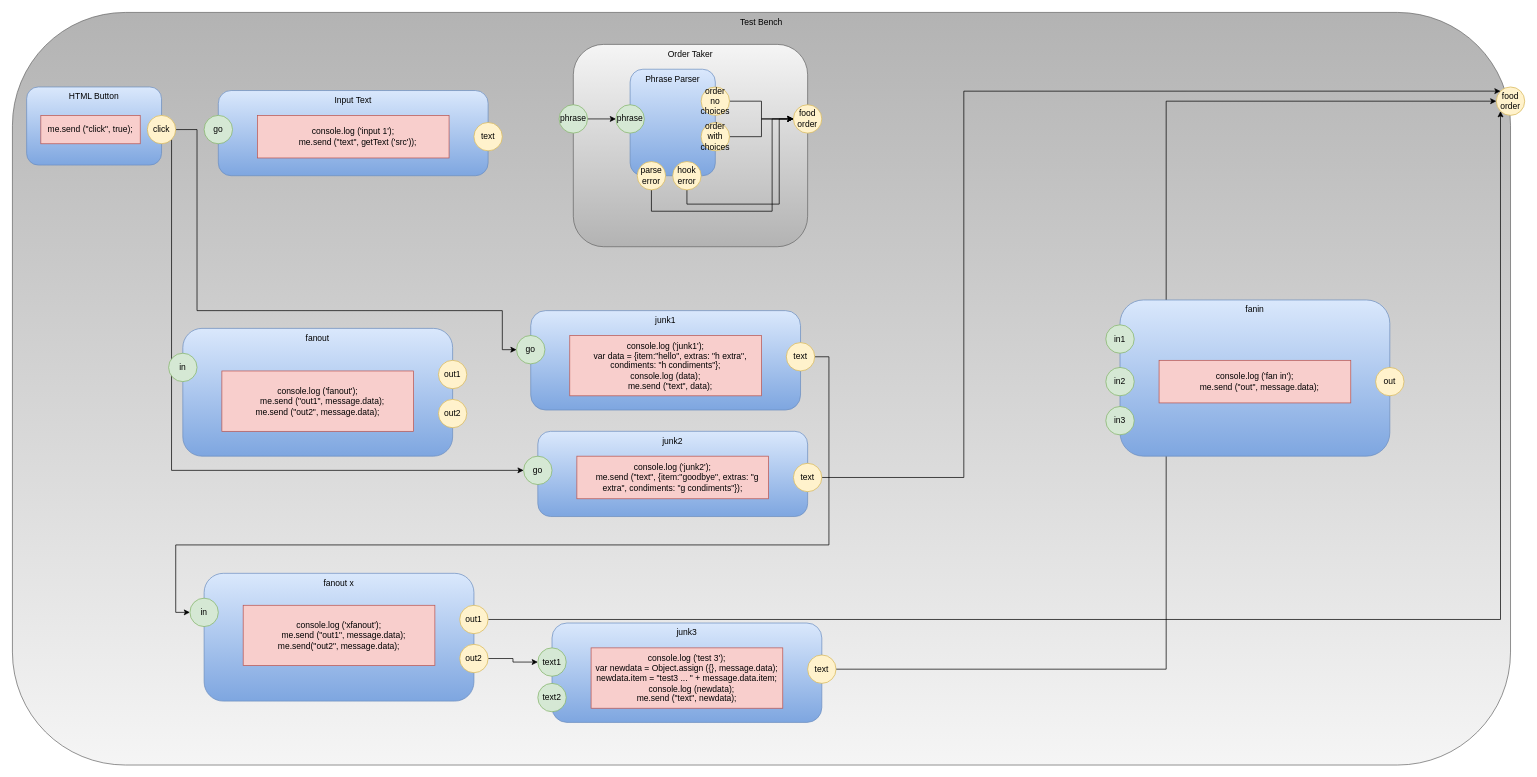
Above: testbench.drawio in guitarvydas/hamburgerworkbenchD0D (draw.io), before the change. Source tidied: cells renumbered, new cells numbered last; positions are measured from the earlier drawing's top-left corner, leaving out a move shared by most shapes. Both pictures are drawn from the tidied source at 71%, with x=0, y=0 at pixel (12, 12).
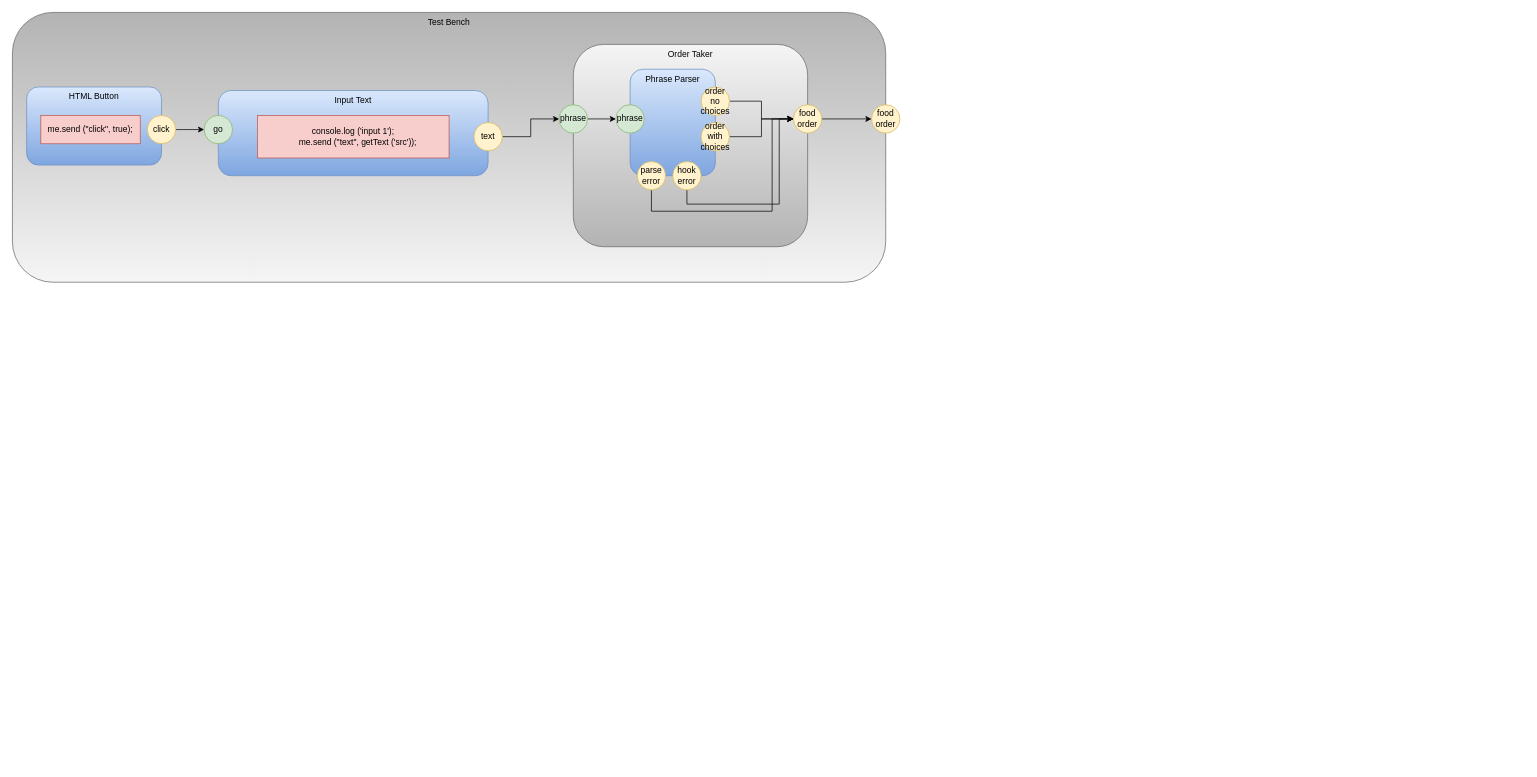
After the change.

The change refers to these unchanged cells:
```xml
<mxCell id="4" value="food order" style="ellipse;whiteSpace=wrap;html=1;fillColor=#fff2cc;strokeColor=#d6b656;" parent="1" vertex="1">
  <mxGeometry x="1100" y="130" width="40" height="40" as="geometry" />
</mxCell>
<mxCell id="6" value="phrase" style="ellipse;whiteSpace=wrap;html=1;fillColor=#d5e8d4;strokeColor=#82b366;" parent="1" vertex="1">
  <mxGeometry x="770" y="130" width="40" height="40" as="geometry" />
</mxCell>
<mxCell id="10" value="click" style="ellipse;whiteSpace=wrap;html=1;fillColor=#fff2cc;strokeColor=#d6b656;" parent="1" vertex="1">
  <mxGeometry x="190" y="145" width="40" height="40" as="geometry" />
</mxCell>
<mxCell id="12" value="text" style="ellipse;whiteSpace=wrap;html=1;fillColor=#fff2cc;strokeColor=#d6b656;" parent="1" vertex="1">
  <mxGeometry x="650" y="155" width="40" height="40" as="geometry" />
</mxCell>
<mxCell id="13" value="go" style="ellipse;whiteSpace=wrap;html=1;fillColor=#d5e8d4;strokeColor=#82b366;" parent="1" vertex="1">
  <mxGeometry x="270" y="145" width="40" height="40" as="geometry" />
</mxCell>
```

Diff of the diagram source:
```diff
@@
     <mxCell id="2" value="Test Bench" style="rounded=1;whiteSpace=wrap;html=1;horizontal=1;verticalAlign=top;gradientColor=#b3b3b3;fillColor=#f5f5f5;strokeColor=#666666;gradientDirection=north;" parent="1" vertex="1">
-      <mxGeometry width="2110" height="1060" as="geometry" />
+      <mxGeometry width="1230" height="380" as="geometry" />
     </mxCell>
@@
+    <mxCell id="61" style="edgeStyle=orthogonalEdgeStyle;rounded=0;jettySize=auto;html=1;exitX=1;exitY=0.5;exitDx=0;exitDy=0;entryX=0;entryY=0.5;entryDx=0;entryDy=0;" parent="1" edge="1" source="4" target="14">
+      <mxGeometry relative="1" as="geometry" />
+    </mxCell>
@@
-    <mxCell id="8" style="edgeStyle=orthogonalEdgeStyle;rounded=0;jettySize=auto;html=1;exitX=1;exitY=0.5;exitDx=0;exitDy=0;entryX=0;entryY=0.5;entryDx=0;entryDy=0;" parent="1" edge="1" source="10" target="30">
-      <mxGeometry relative="1" as="geometry">
-        <Array as="points">
-          <mxPoint x="260" y="165" />
-          <mxPoint x="260" y="420" />
-          <mxPoint x="690" y="420" />
-          <mxPoint x="690" y="475" />
-        </Array>
-      </mxGeometry>
-    </mxCell>
-    <mxCell id="9" style="edgeStyle=orthogonalEdgeStyle;rounded=0;jettySize=auto;html=1;exitX=1;exitY=1;exitDx=0;exitDy=0;entryX=0;entryY=0.5;entryDx=0;entryDy=0;" parent="1" edge="1" source="10" target="35">
-      <mxGeometry relative="1" as="geometry">
-        <Array as="points">
-          <mxPoint x="224" y="645" />
-        </Array>
-      </mxGeometry>
-    </mxCell>
+    <mxCell id="62" style="edgeStyle=orthogonalEdgeStyle;rounded=0;jettySize=auto;html=1;exitX=1;exitY=0.5;exitDx=0;exitDy=0;entryX=0;entryY=0.5;entryDx=0;entryDy=0;" parent="1" edge="1" source="10" target="13">
+      <mxGeometry relative="1" as="geometry" />
+    </mxCell>
@@
+    <mxCell id="63" style="edgeStyle=orthogonalEdgeStyle;rounded=0;jettySize=auto;html=1;exitX=1;exitY=0.5;exitDx=0;exitDy=0;entryX=0;entryY=0.5;entryDx=0;entryDy=0;" parent="1" edge="1" source="12" target="6">
+      <mxGeometry relative="1" as="geometry" />
+    </mxCell>
@@
     <mxCell id="14" value="food order" style="ellipse;whiteSpace=wrap;html=1;fillColor=#fff2cc;strokeColor=#d6b656;" parent="1" vertex="1">
-      <mxGeometry x="2090" y="105" width="40" height="40" as="geometry" />
+      <mxGeometry x="1210" y="130" width="40" height="40" as="geometry" />
     </mxCell>
@@
-    <mxCell id="27" value="junk1" style="rounded=1;whiteSpace=wrap;html=1;fillColor=#dae8fc;strokeColor=#6c8ebf;gradientColor=#7ea6e0;verticalAlign=top;" parent="1" vertex="1">
-      <mxGeometry x="730" y="420" width="380" height="140" as="geometry" />
-    </mxCell>
-    <mxCell id="28" style="edgeStyle=orthogonalEdgeStyle;rounded=0;jettySize=auto;html=1;exitX=1;exitY=0.5;exitDx=0;exitDy=0;entryX=0;entryY=0.5;entryDx=0;entryDy=0;" parent="1" edge="1" source="29" target="51">
-      <mxGeometry relative="1" as="geometry">
-        <Array as="points">
-          <mxPoint x="1150" y="485" />
-          <mxPoint x="1150" y="750" />
-          <mxPoint x="230" y="750" />
-          <mxPoint x="230" y="845" />
-        </Array>
-      </mxGeometry>
-    </mxCell>
-    <mxCell id="29" value="text" style="ellipse;whiteSpace=wrap;html=1;fillColor=#fff2cc;strokeColor=#d6b656;" parent="1" vertex="1">
-      <mxGeometry x="1090" y="465" width="40" height="40" as="geometry" />
-    </mxCell>
-    <mxCell id="30" value="go" style="ellipse;whiteSpace=wrap;html=1;fillColor=#d5e8d4;strokeColor=#82b366;" parent="1" vertex="1">
-      <mxGeometry x="710" y="455" width="40" height="40" as="geometry" />
-    </mxCell>
-    <mxCell id="31" value="&lt;div&gt;console.log ('junk1');&lt;/div&gt;&lt;div&gt;&amp;nbsp; &amp;nbsp; var data = {item:&quot;hello&quot;, extras: &quot;h extra&quot;, condiments: &quot;h condiments&quot;};&lt;br&gt;&lt;/div&gt;&lt;div&gt;console.log (data);&lt;/div&gt;&amp;nbsp; &amp;nbsp; me.send (&quot;text&quot;, data);" style="rounded=0;whiteSpace=wrap;html=1;fillColor=#f8cecc;strokeColor=#b85450;" parent="1" vertex="1">
-      <mxGeometry x="785" y="455" width="270" height="85" as="geometry" />
-    </mxCell>
-    <mxCell id="32" value="junk2" style="rounded=1;whiteSpace=wrap;html=1;fillColor=#dae8fc;strokeColor=#6c8ebf;gradientColor=#7ea6e0;verticalAlign=top;" parent="1" vertex="1">
-      <mxGeometry x="740" y="590" width="380" height="120" as="geometry" />
-    </mxCell>
-    <mxCell id="33" style="edgeStyle=orthogonalEdgeStyle;rounded=0;jettySize=auto;html=1;exitX=1;exitY=0.5;exitDx=0;exitDy=0;entryX=0;entryY=0;entryDx=0;entryDy=0;" parent="1" edge="1" source="34" target="14">
-      <mxGeometry relative="1" as="geometry">
-        <Array as="points">
-          <mxPoint x="1340" y="655" />
-          <mxPoint x="1340" y="111" />
-        </Array>
-      </mxGeometry>
-    </mxCell>
-    <mxCell id="34" value="text" style="ellipse;whiteSpace=wrap;html=1;fillColor=#fff2cc;strokeColor=#d6b656;" parent="1" vertex="1">
-      <mxGeometry x="1100" y="635" width="40" height="40" as="geometry" />
-    </mxCell>
-    <mxCell id="35" value="go" style="ellipse;whiteSpace=wrap;html=1;fillColor=#d5e8d4;strokeColor=#82b366;" parent="1" vertex="1">
-      <mxGeometry x="720" y="625" width="40" height="40" as="geometry" />
-    </mxCell>
-    <mxCell id="36" value="&lt;div&gt;console.log ('junk2');&lt;/div&gt;&lt;div&gt;&amp;nbsp; &amp;nbsp; me.send (&quot;text&quot;, {item:&quot;goodbye&quot;, extras: &quot;g extra&quot;, condiments: &quot;g condiments&quot;});&lt;/div&gt;" style="rounded=0;whiteSpace=wrap;html=1;fillColor=#f8cecc;strokeColor=#b85450;" parent="1" vertex="1">
-      <mxGeometry x="795" y="625" width="270" height="60" as="geometry" />
-    </mxCell>
-    <mxCell id="37" value="junk3" style="rounded=1;whiteSpace=wrap;html=1;fillColor=#dae8fc;strokeColor=#6c8ebf;gradientColor=#7ea6e0;verticalAlign=top;" parent="1" vertex="1">
-      <mxGeometry x="760" y="860" width="380" height="140" as="geometry" />
-    </mxCell>
-    <mxCell id="38" style="edgeStyle=orthogonalEdgeStyle;rounded=0;jettySize=auto;html=1;exitX=1;exitY=0.5;exitDx=0;exitDy=0;entryX=0;entryY=0.5;entryDx=0;entryDy=0;" parent="1" edge="1" source="39" target="14">
-      <mxGeometry relative="1" as="geometry" />
-    </mxCell>
-    <mxCell id="39" value="text" style="ellipse;whiteSpace=wrap;html=1;fillColor=#fff2cc;strokeColor=#d6b656;" parent="1" vertex="1">
-      <mxGeometry x="1120" y="905" width="40" height="40" as="geometry" />
-    </mxCell>
-    <mxCell id="40" value="text1" style="ellipse;whiteSpace=wrap;html=1;fillColor=#d5e8d4;strokeColor=#82b366;" parent="1" vertex="1">
-      <mxGeometry x="740" y="895" width="40" height="40" as="geometry" />
-    </mxCell>
-    <mxCell id="41" value="&lt;div&gt;console.log ('test 3');&lt;/div&gt;&lt;div&gt;var newdata = Object.assign ({}, message.data);&lt;/div&gt;&lt;div&gt;newdata.item = &quot;test3 ... &quot; + message.data.item;&lt;/div&gt;&lt;div&gt;&amp;nbsp; &amp;nbsp; console.log (newdata);&lt;/div&gt;&lt;div&gt;me.send (&quot;text&quot;, newdata);&lt;/div&gt;" style="rounded=0;whiteSpace=wrap;html=1;fillColor=#f8cecc;strokeColor=#b85450;" parent="1" vertex="1">
-      <mxGeometry x="815" y="895" width="270" height="85" as="geometry" />
-    </mxCell>
-    <mxCell id="42" value="text2" style="ellipse;whiteSpace=wrap;html=1;fillColor=#d5e8d4;strokeColor=#82b366;" parent="1" vertex="1">
-      <mxGeometry x="740" y="945" width="40" height="40" as="geometry" />
-    </mxCell>
-    <mxCell id="43" value="fanout" style="rounded=1;whiteSpace=wrap;html=1;fillColor=#dae8fc;strokeColor=#6c8ebf;gradientColor=#7ea6e0;verticalAlign=top;" parent="1" vertex="1">
-      <mxGeometry x="240" y="445" width="380" height="180" as="geometry" />
-    </mxCell>
-    <mxCell id="44" value="out1" style="ellipse;whiteSpace=wrap;html=1;fillColor=#fff2cc;strokeColor=#d6b656;" parent="1" vertex="1">
-      <mxGeometry x="600" y="490" width="40" height="40" as="geometry" />
-    </mxCell>
-    <mxCell id="45" value="in" style="ellipse;whiteSpace=wrap;html=1;fillColor=#d5e8d4;strokeColor=#82b366;" parent="1" vertex="1">
-      <mxGeometry x="220" y="480" width="40" height="40" as="geometry" />
-    </mxCell>
-    <mxCell id="46" value="&lt;div&gt;console.log ('fanout');&lt;/div&gt;&lt;div&gt;&amp;nbsp; &amp;nbsp; me.send (&quot;out1&quot;, message.data);&lt;/div&gt;&lt;div&gt;me.send (&quot;out2&quot;, message.data);&lt;/div&gt;" style="rounded=0;whiteSpace=wrap;html=1;fillColor=#f8cecc;strokeColor=#b85450;" parent="1" vertex="1">
-      <mxGeometry x="295" y="505" width="270" height="85" as="geometry" />
-    </mxCell>
-    <mxCell id="47" value="out2" style="ellipse;whiteSpace=wrap;html=1;fillColor=#fff2cc;strokeColor=#d6b656;" parent="1" vertex="1">
-      <mxGeometry x="600" y="545" width="40" height="40" as="geometry" />
-    </mxCell>
-    <mxCell id="48" value="fanout x" style="rounded=1;whiteSpace=wrap;html=1;fillColor=#dae8fc;strokeColor=#6c8ebf;gradientColor=#7ea6e0;verticalAlign=top;" parent="1" vertex="1">
-      <mxGeometry x="270" y="790" width="380" height="180" as="geometry" />
-    </mxCell>
-    <mxCell id="49" style="edgeStyle=orthogonalEdgeStyle;rounded=0;jettySize=auto;html=1;exitX=1;exitY=0.5;exitDx=0;exitDy=0;entryX=0;entryY=1;entryDx=0;entryDy=0;" parent="1" edge="1" source="50" target="14">
-      <mxGeometry relative="1" as="geometry" />
-    </mxCell>
-    <mxCell id="50" value="out1" style="ellipse;whiteSpace=wrap;html=1;fillColor=#fff2cc;strokeColor=#d6b656;" parent="1" vertex="1">
-      <mxGeometry x="630" y="835" width="40" height="40" as="geometry" />
-    </mxCell>
-    <mxCell id="51" value="in" style="ellipse;whiteSpace=wrap;html=1;fillColor=#d5e8d4;strokeColor=#82b366;" parent="1" vertex="1">
-      <mxGeometry x="250" y="825" width="40" height="40" as="geometry" />
-    </mxCell>
-    <mxCell id="52" style="edgeStyle=orthogonalEdgeStyle;rounded=0;jettySize=auto;html=1;exitX=1;exitY=0.5;exitDx=0;exitDy=0;entryX=0;entryY=0.5;entryDx=0;entryDy=0;" parent="1" edge="1" source="53" target="40">
-      <mxGeometry relative="1" as="geometry" />
-    </mxCell>
-    <mxCell id="53" value="out2" style="ellipse;whiteSpace=wrap;html=1;fillColor=#fff2cc;strokeColor=#d6b656;" parent="1" vertex="1">
-      <mxGeometry x="630" y="890" width="40" height="40" as="geometry" />
-    </mxCell>
-    <mxCell id="54" value="fanin" style="rounded=1;whiteSpace=wrap;html=1;fillColor=#dae8fc;strokeColor=#6c8ebf;gradientColor=#7ea6e0;verticalAlign=top;" parent="1" vertex="1">
-      <mxGeometry x="1560" y="405" width="380" height="220" as="geometry" />
-    </mxCell>
-    <mxCell id="55" value="out" style="ellipse;whiteSpace=wrap;html=1;fillColor=#fff2cc;strokeColor=#d6b656;" parent="1" vertex="1">
-      <mxGeometry x="1920" y="500" width="40" height="40" as="geometry" />
-    </mxCell>
-    <mxCell id="56" value="in1" style="ellipse;whiteSpace=wrap;html=1;fillColor=#d5e8d4;strokeColor=#82b366;" parent="1" vertex="1">
-      <mxGeometry x="1540" y="440" width="40" height="40" as="geometry" />
-    </mxCell>
-    <mxCell id="57" value="&lt;div&gt;console.log ('fan in');&lt;/div&gt;&lt;div&gt;&amp;nbsp; &amp;nbsp; me.send (&quot;out&quot;, message.data);&lt;/div&gt;" style="rounded=0;whiteSpace=wrap;html=1;fillColor=#f8cecc;strokeColor=#b85450;" parent="1" vertex="1">
-      <mxGeometry x="1615" y="490" width="270" height="60" as="geometry" />
-    </mxCell>
-    <mxCell id="58" value="in2" style="ellipse;whiteSpace=wrap;html=1;fillColor=#d5e8d4;strokeColor=#82b366;" parent="1" vertex="1">
-      <mxGeometry x="1540" y="500" width="40" height="40" as="geometry" />
-    </mxCell>
-    <mxCell id="59" value="in3" style="ellipse;whiteSpace=wrap;html=1;fillColor=#d5e8d4;strokeColor=#82b366;" parent="1" vertex="1">
-      <mxGeometry x="1540" y="555" width="40" height="40" as="geometry" />
-    </mxCell>
-    <mxCell id="60" value="&lt;div&gt;console.log ('xfanout');&lt;/div&gt;&lt;div&gt;&amp;nbsp; &amp;nbsp; me.send (&quot;out1&quot;, message.data);&lt;/div&gt;&lt;div&gt;me.send(&quot;out2&quot;, message.data);&lt;/div&gt;" style="rounded=0;whiteSpace=wrap;html=1;fillColor=#f8cecc;strokeColor=#b85450;" parent="1" vertex="1">
-      <mxGeometry x="325" y="835" width="270" height="85" as="geometry" />
-    </mxCell>
```
